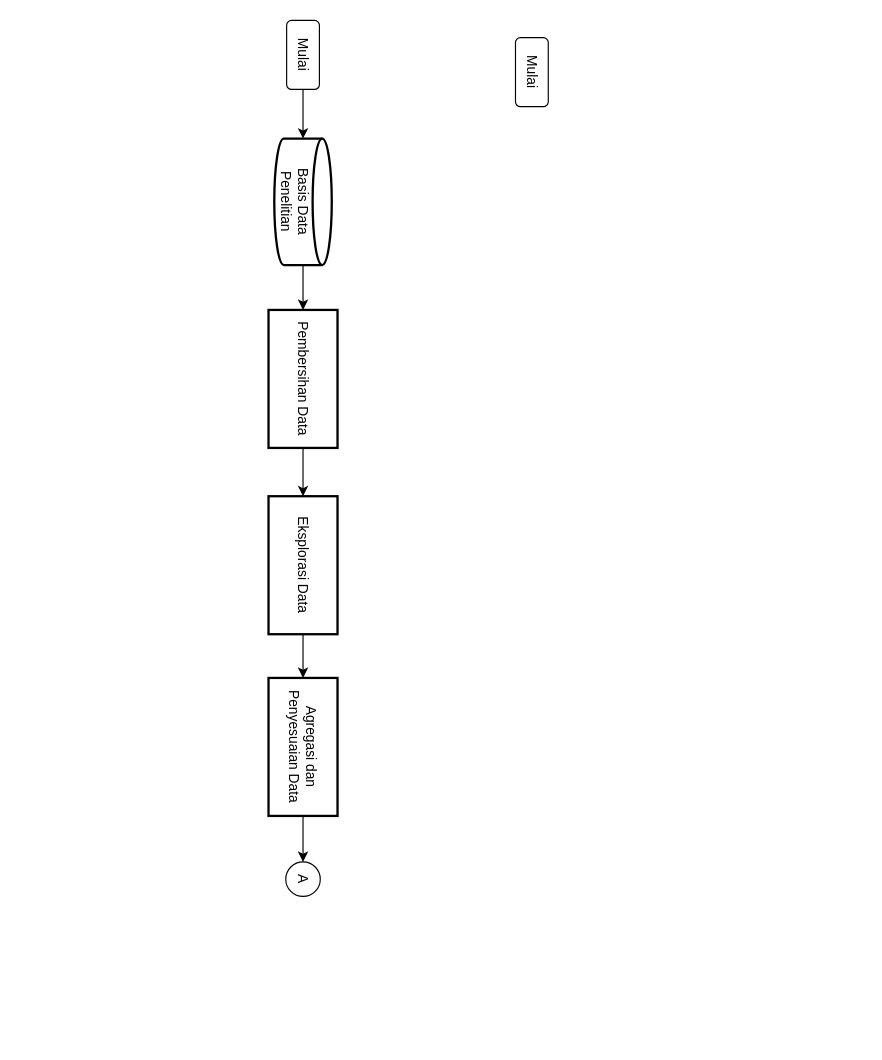
Before: Diagram Tanpa Judul.drawio in ahmaddshbg-blip/Topstat, a draw.io diagram. Source tidied: cells renumbered, new cells numbered last; positions are measured from the earlier drawing's top-left corner, leaving out a move shared by most shapes. Both pictures are drawn from the tidied source at 115%, with x=0, y=0 at pixel (-136, 38).
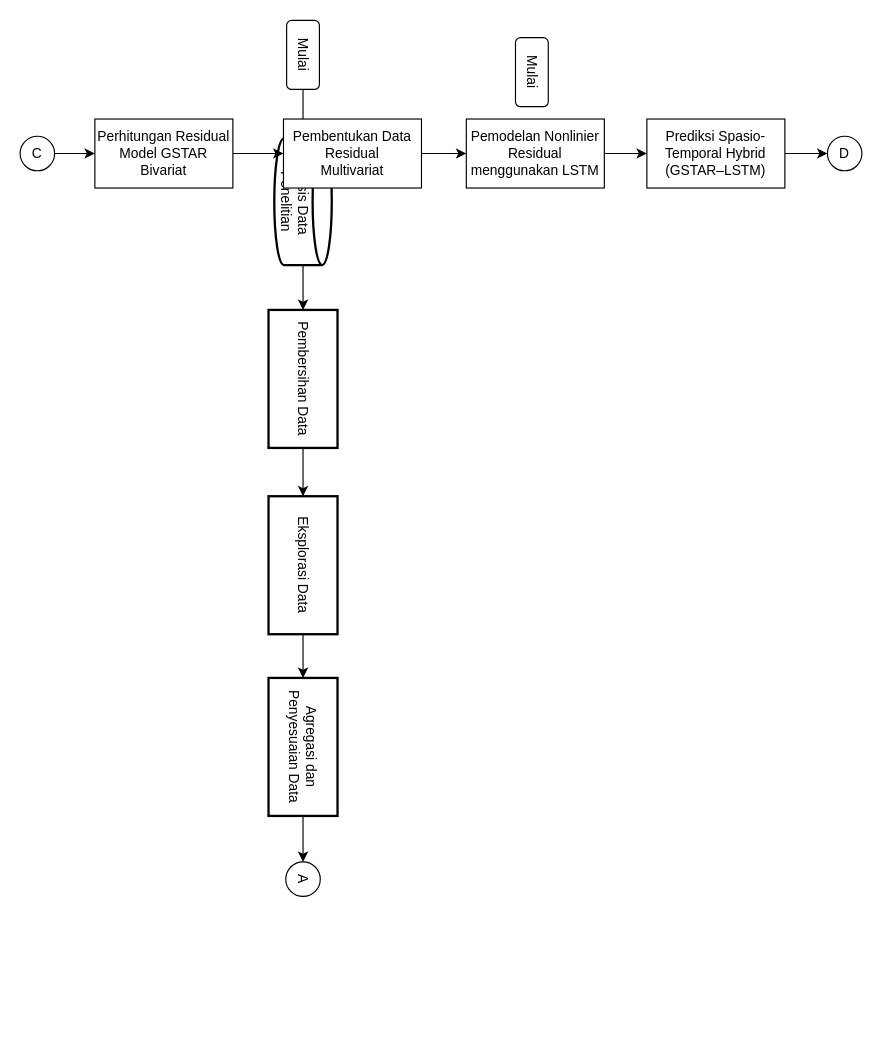
The same page after the edit.

Commit message:
Pemutakhiran Diagram Tanpa Judul1.drawio

The edit, as a diff of the source:
```diff
@@
+    <mxCell id="15" style="edgeStyle=orthogonalEdgeStyle;rounded=0;jettySize=auto;html=1;" parent="1" edge="1" source="16" target="18">
+      <mxGeometry relative="1" as="geometry" />
+    </mxCell>
@@
+    <mxCell id="16" value="C" style="ellipse;whiteSpace=wrap;html=1;direction=south;" parent="1" vertex="1">
+      <mxGeometry x="135" y="85" width="30" height="30" as="geometry" />
+    </mxCell>
@@
+    <mxCell id="17" style="edgeStyle=orthogonalEdgeStyle;rounded=0;jettySize=auto;html=1;" parent="1" edge="1" source="18" target="20">
+      <mxGeometry relative="1" as="geometry" />
+    </mxCell>
+    <mxCell id="18" value="&lt;div&gt;Perhitungan Residual&lt;/div&gt;&lt;div&gt;Model GSTAR Bivariat&lt;/div&gt;" style="whiteSpace=wrap;html=1;" parent="1" vertex="1">
+      <mxGeometry x="200" y="70" width="120" height="60" as="geometry" />
+    </mxCell>
+    <mxCell id="19" style="edgeStyle=orthogonalEdgeStyle;rounded=0;jettySize=auto;html=1;" parent="1" edge="1" source="20" target="22">
+      <mxGeometry relative="1" as="geometry" />
+    </mxCell>
+    <mxCell id="20" value="Pembentukan Data Residual&#10;Multivariat" style="whiteSpace=wrap;html=1;" parent="1" vertex="1">
+      <mxGeometry x="364" y="70" width="120" height="60" as="geometry" />
+    </mxCell>
+    <mxCell id="21" style="edgeStyle=orthogonalEdgeStyle;rounded=0;jettySize=auto;html=1;" parent="1" edge="1" source="22" target="25">
+      <mxGeometry relative="1" as="geometry" />
+    </mxCell>
+    <mxCell id="22" value="&lt;div&gt;Pemodelan Nonlinier Residual&lt;/div&gt;&lt;div&gt;menggunakan LSTM&lt;/div&gt;" style="whiteSpace=wrap;html=1;" parent="1" vertex="1">
+      <mxGeometry x="523" y="70" width="120" height="60" as="geometry" />
+    </mxCell>
+    <mxCell id="23" value="D" style="ellipse;whiteSpace=wrap;html=1;direction=south;" parent="1" vertex="1">
+      <mxGeometry x="837" y="85" width="30" height="30" as="geometry" />
+    </mxCell>
+    <mxCell id="24" style="edgeStyle=orthogonalEdgeStyle;rounded=0;jettySize=auto;html=1;" parent="1" edge="1" source="25" target="23">
+      <mxGeometry relative="1" as="geometry" />
+    </mxCell>
+    <mxCell id="25" value="&lt;div&gt;Prediksi Spasio-Temporal Hybrid&lt;/div&gt;&lt;div&gt;(GSTAR–LSTM)&lt;/div&gt;" style="whiteSpace=wrap;html=1;" parent="1" vertex="1">
+      <mxGeometry x="680" y="70" width="120" height="60" as="geometry" />
+    </mxCell>
```
